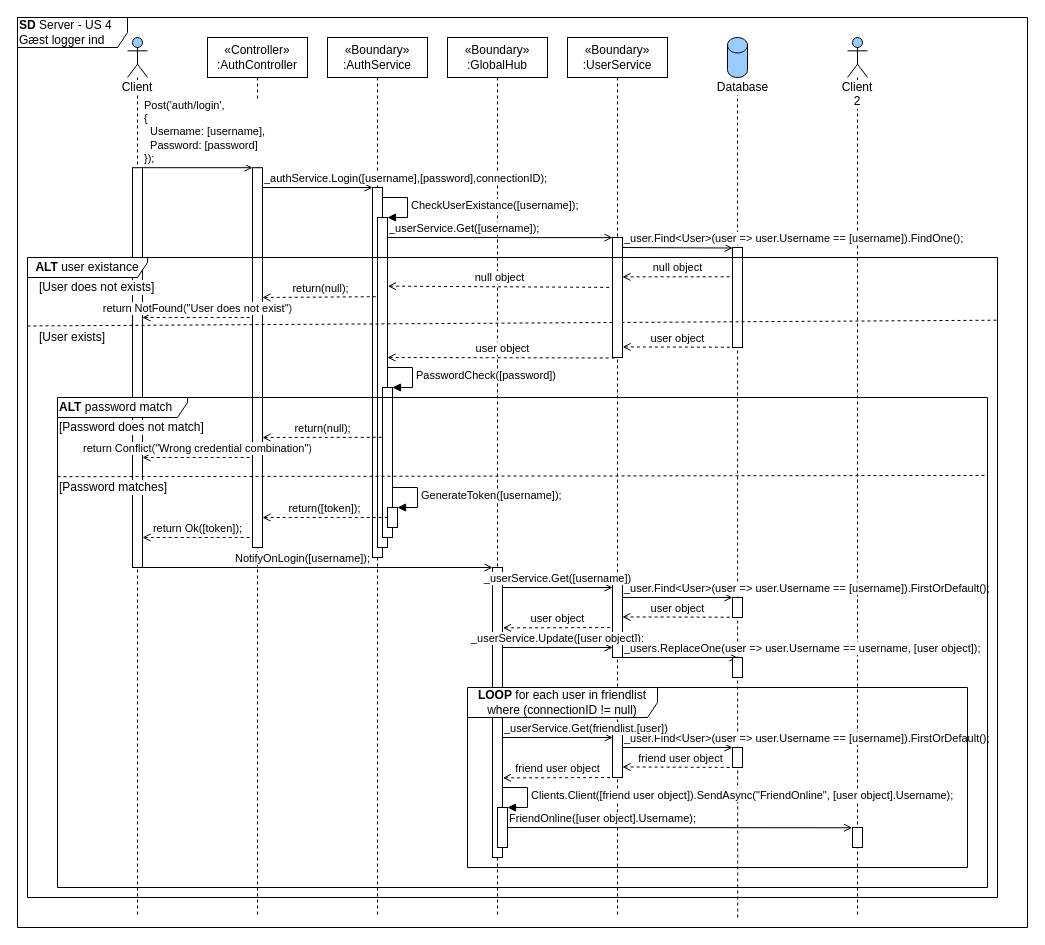
Earlier version of the draw.io diagram page "SD-Server" (2 of 3) of diagrams/arkitektur/US4_login.drawio (Macradon/I7BAC-PlugNPlay). Source tidied: cells renumbered, new cells numbered last; positions are measured from the earlier drawing's top-left corner, leaving out a move shared by most shapes. Both pictures are drawn from the tidied source at 100%, with x=0, y=0 at pixel (17, 17).
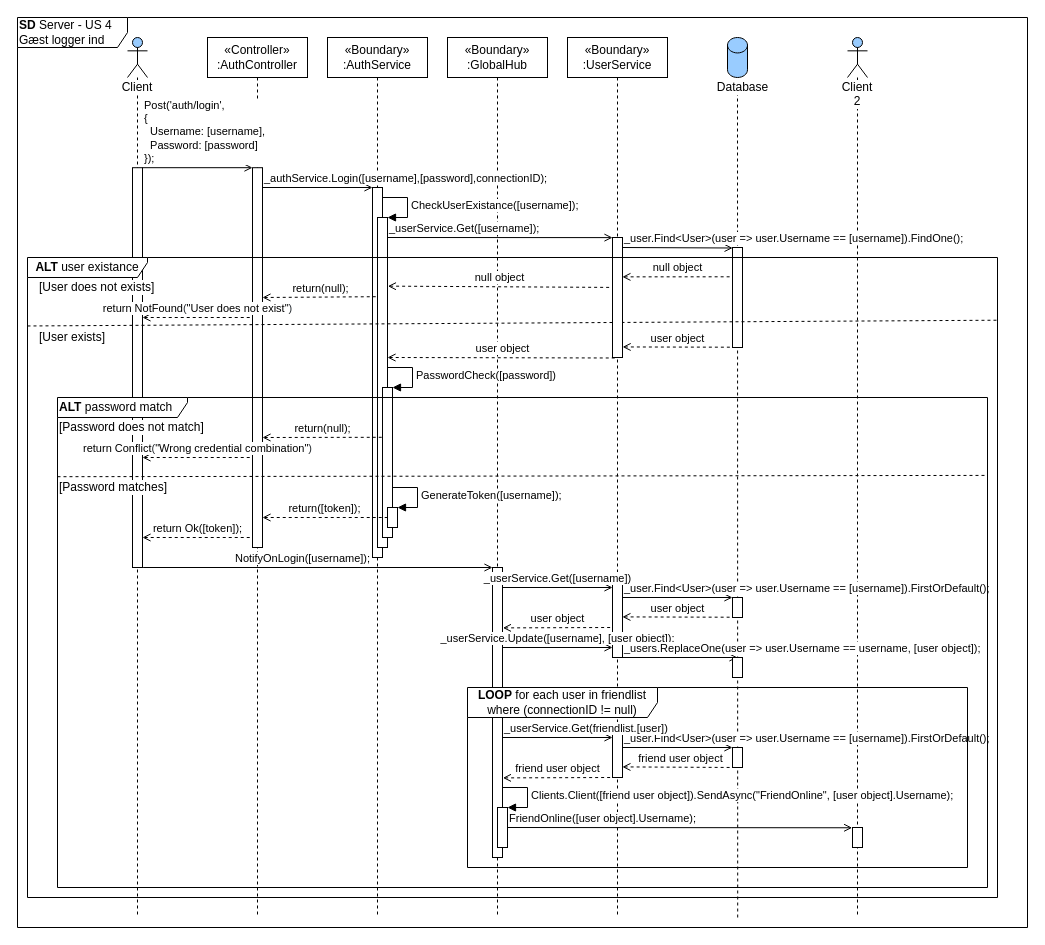
The same page after the edit.

What changed in the source:
```diff
@@
-    <mxCell id="44" value="_userService.Update([user object]);" style="html=1;verticalAlign=bottom;endArrow=none;endFill=0;align=center;startArrow=open;startFill=0;" parent="1" edge="1">
+    <mxCell id="44" value="_userService.Update([username], [user object]);" style="html=1;verticalAlign=bottom;endArrow=none;endFill=0;align=center;startArrow=open;startFill=0;" parent="1" edge="1">
       <mxGeometry relative="1" as="geometry">
         <mxPoint x="595" y="630" as="sourcePoint" />
         <mxPoint x="485" y="630" as="targetPoint" />
       </mxGeometry>
     </mxCell>
```
